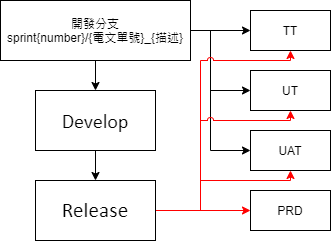
Earlier version of the draw.io export Git-Flow.png (YuHaoLiaoTony/MyImage). Source tidied: cells renumbered, new cells last; positions are measured from the earlier drawing's top-left corner, leaving out a move shared by most shapes. Its diagram source:
```xml
<mxGraphModel>
  <root>
    <mxCell id="0" />
    <mxCell id="1" parent="0" />
    <mxCell id="2" style="edgeStyle=orthogonalEdgeStyle;rounded=0;jettySize=auto;html=1;fontSize=20;" parent="1" edge="1" source="6" target="8">
      <mxGeometry relative="1" as="geometry" />
    </mxCell>
    <mxCell id="3" style="edgeStyle=orthogonalEdgeStyle;rounded=0;jettySize=auto;html=1;entryX=0;entryY=0.5;entryDx=0;entryDy=0;fontSize=20;jumpStyle=arc;" parent="1" edge="1" source="6" target="9">
      <mxGeometry relative="1" as="geometry" />
    </mxCell>
    <mxCell id="4" style="edgeStyle=orthogonalEdgeStyle;rounded=0;jettySize=auto;html=1;entryX=0;entryY=0.5;entryDx=0;entryDy=0;fontSize=20;jumpStyle=arc;" parent="1" edge="1" source="6" target="10">
      <mxGeometry relative="1" as="geometry">
        <Array as="points">
          <mxPoint x="210" y="30" />
          <mxPoint x="210" y="90" />
        </Array>
      </mxGeometry>
    </mxCell>
    <mxCell id="5" style="edgeStyle=orthogonalEdgeStyle;rounded=0;jettySize=auto;html=1;entryX=0;entryY=0.5;entryDx=0;entryDy=0;fontSize=20;jumpStyle=arc;" parent="1" edge="1" source="6" target="11">
      <mxGeometry relative="1" as="geometry">
        <Array as="points">
          <mxPoint x="210" y="30" />
          <mxPoint x="210" y="150" />
        </Array>
      </mxGeometry>
    </mxCell>
    <mxCell id="6" value="開發分支&lt;br&gt;sprint{number}/{電文單號}_{描述}" style="rounded=0;whiteSpace=wrap;html=1;" parent="1" vertex="1">
      <mxGeometry width="190" height="60" as="geometry" />
    </mxCell>
    <mxCell id="7" style="edgeStyle=orthogonalEdgeStyle;rounded=0;jettySize=auto;html=1;entryX=0.5;entryY=0;entryDx=0;entryDy=0;fontSize=20;" parent="1" edge="1" source="8" target="16">
      <mxGeometry relative="1" as="geometry" />
    </mxCell>
    <mxCell id="8" value="&lt;span style=&quot;font-size: 20px; font-family: calibri;&quot;&gt;Develop&lt;/span&gt;" style="rounded=0;whiteSpace=wrap;html=1;fontSize=20;" parent="1" vertex="1">
      <mxGeometry x="35" y="90" width="120" height="60" as="geometry" />
    </mxCell>
    <mxCell id="9" value="TT" style="rounded=0;whiteSpace=wrap;html=1;" parent="1" vertex="1">
      <mxGeometry x="250" y="10" width="80" height="40" as="geometry" />
    </mxCell>
    <mxCell id="10" value="UT" style="rounded=0;whiteSpace=wrap;html=1;" parent="1" vertex="1">
      <mxGeometry x="250" y="70" width="80" height="40" as="geometry" />
    </mxCell>
    <mxCell id="11" value="UAT" style="rounded=0;whiteSpace=wrap;html=1;" parent="1" vertex="1">
      <mxGeometry x="250" y="130" width="80" height="40" as="geometry" />
    </mxCell>
    <mxCell id="12" style="edgeStyle=orthogonalEdgeStyle;rounded=0;jumpStyle=arc;jettySize=auto;html=1;entryX=0;entryY=0.5;entryDx=0;entryDy=0;fontSize=20;strokeColor=#FF0000;" parent="1" edge="1" source="16" target="17">
      <mxGeometry relative="1" as="geometry" />
    </mxCell>
    <mxCell id="13" style="edgeStyle=orthogonalEdgeStyle;rounded=0;jumpStyle=arc;jettySize=auto;html=1;entryX=0.5;entryY=1;entryDx=0;entryDy=0;fontSize=20;strokeColor=#FF0000;exitX=1;exitY=0.5;exitDx=0;exitDy=0;" parent="1" edge="1" source="16" target="11">
      <mxGeometry relative="1" as="geometry">
        <Array as="points">
          <mxPoint x="200" y="210" />
          <mxPoint x="200" y="180" />
          <mxPoint x="290" y="180" />
        </Array>
      </mxGeometry>
    </mxCell>
    <mxCell id="14" style="edgeStyle=orthogonalEdgeStyle;rounded=0;jumpStyle=arc;jettySize=auto;html=1;entryX=0.5;entryY=1;entryDx=0;entryDy=0;fontSize=20;strokeColor=#FF0000;" parent="1" edge="1" source="16" target="10">
      <mxGeometry relative="1" as="geometry">
        <Array as="points">
          <mxPoint x="200" y="210" />
          <mxPoint x="200" y="120" />
          <mxPoint x="290" y="120" />
        </Array>
      </mxGeometry>
    </mxCell>
    <mxCell id="15" style="edgeStyle=orthogonalEdgeStyle;rounded=0;jumpStyle=arc;jettySize=auto;html=1;entryX=0.5;entryY=1;entryDx=0;entryDy=0;fontSize=20;strokeColor=#FF0000;" parent="1" edge="1" source="16" target="9">
      <mxGeometry relative="1" as="geometry">
        <Array as="points">
          <mxPoint x="200" y="210" />
          <mxPoint x="200" y="60" />
          <mxPoint x="290" y="60" />
        </Array>
      </mxGeometry>
    </mxCell>
    <mxCell id="16" value="&lt;span style=&quot;font-size: 16pt ; font-family: &amp;#34;calibri&amp;#34;&quot;&gt;Release&lt;/span&gt;" style="rounded=0;whiteSpace=wrap;html=1;fontSize=20;" parent="1" vertex="1">
      <mxGeometry x="35" y="180" width="120" height="60" as="geometry" />
    </mxCell>
    <mxCell id="17" value="PRD" style="rounded=0;whiteSpace=wrap;html=1;" parent="1" vertex="1">
      <mxGeometry x="250" y="190" width="80" height="40" as="geometry" />
    </mxCell>
  </root>
</mxGraphModel>
```
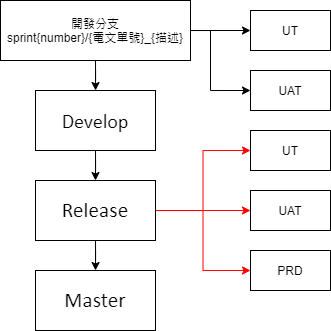
After the change.

What changed in the source:
```diff
@@ -5,22 +5,16 @@
     <mxCell id="2" style="edgeStyle=orthogonalEdgeStyle;rounded=0;jettySize=auto;html=1;fontSize=20;" parent="1" edge="1" source="6" target="8">
       <mxGeometry relative="1" as="geometry" />
     </mxCell>
-    <mxCell id="3" style="edgeStyle=orthogonalEdgeStyle;rounded=0;jettySize=auto;html=1;entryX=0;entryY=0.5;entryDx=0;entryDy=0;fontSize=20;jumpStyle=arc;" parent="1" edge="1" source="6" target="9">
-      <mxGeometry relative="1" as="geometry" />
+    <mxCell id="3" style="edgeStyle=orthogonalEdgeStyle;rounded=0;jettySize=auto;html=1;entryX=0;entryY=0.5;entryDx=0;entryDy=0;fontSize=20;jumpStyle=arc;" parent="1" edge="1" source="6">
+      <mxGeometry relative="1" as="geometry">
+        <mxPoint x="250" y="30" as="targetPoint" />
+      </mxGeometry>
     </mxCell>
-    <mxCell id="4" style="edgeStyle=orthogonalEdgeStyle;rounded=0;jettySize=auto;html=1;entryX=0;entryY=0.5;entryDx=0;entryDy=0;fontSize=20;jumpStyle=arc;" parent="1" edge="1" source="6" target="10">
-      <mxGeometry relative="1" as="geometry">
-        <Array as="points">
-          <mxPoint x="210" y="30" />
-          <mxPoint x="210" y="90" />
-        </Array>
-      </mxGeometry>
-    </mxCell>
     <mxCell id="5" style="edgeStyle=orthogonalEdgeStyle;rounded=0;jettySize=auto;html=1;entryX=0;entryY=0.5;entryDx=0;entryDy=0;fontSize=20;jumpStyle=arc;" parent="1" edge="1" source="6" target="11">
       <mxGeometry relative="1" as="geometry">
         <Array as="points">
           <mxPoint x="210" y="30" />
-          <mxPoint x="210" y="150" />
+          <mxPoint x="210" y="90" />
         </Array>
       </mxGeometry>
     </mxCell>
@@ -33,50 +27,38 @@
     <mxCell id="8" value="&lt;span style=&quot;font-size: 20px; font-family: calibri;&quot;&gt;Develop&lt;/span&gt;" style="rounded=0;whiteSpace=wrap;html=1;fontSize=20;" parent="1" vertex="1">
       <mxGeometry x="35" y="90" width="120" height="60" as="geometry" />
     </mxCell>
-    <mxCell id="9" value="TT" style="rounded=0;whiteSpace=wrap;html=1;" parent="1" vertex="1">
-      <mxGeometry x="250" y="10" width="80" height="40" as="geometry" />
-    </mxCell>
     <mxCell id="10" value="UT" style="rounded=0;whiteSpace=wrap;html=1;" parent="1" vertex="1">
-      <mxGeometry x="250" y="70" width="80" height="40" as="geometry" />
+      <mxGeometry x="250" y="10" width="80" height="40" as="geometry" />
     </mxCell>
     <mxCell id="11" value="UAT" style="rounded=0;whiteSpace=wrap;html=1;" parent="1" vertex="1">
-      <mxGeometry x="250" y="130" width="80" height="40" as="geometry" />
+      <mxGeometry x="250" y="70" width="80" height="40" as="geometry" />
     </mxCell>
     <mxCell id="12" style="edgeStyle=orthogonalEdgeStyle;rounded=0;jumpStyle=arc;jettySize=auto;html=1;entryX=0;entryY=0.5;entryDx=0;entryDy=0;fontSize=20;strokeColor=#FF0000;" parent="1" edge="1" source="16" target="17">
       <mxGeometry relative="1" as="geometry" />
     </mxCell>
-    <mxCell id="13" style="edgeStyle=orthogonalEdgeStyle;rounded=0;jumpStyle=arc;jettySize=auto;html=1;entryX=0.5;entryY=1;entryDx=0;entryDy=0;fontSize=20;strokeColor=#FF0000;exitX=1;exitY=0.5;exitDx=0;exitDy=0;" parent="1" edge="1" source="16" target="11">
-      <mxGeometry relative="1" as="geometry">
-        <Array as="points">
-          <mxPoint x="200" y="210" />
-          <mxPoint x="200" y="180" />
-          <mxPoint x="290" y="180" />
-        </Array>
-      </mxGeometry>
-    </mxCell>
-    <mxCell id="14" style="edgeStyle=orthogonalEdgeStyle;rounded=0;jumpStyle=arc;jettySize=auto;html=1;entryX=0.5;entryY=1;entryDx=0;entryDy=0;fontSize=20;strokeColor=#FF0000;" parent="1" edge="1" source="16" target="10">
-      <mxGeometry relative="1" as="geometry">
-        <Array as="points">
-          <mxPoint x="200" y="210" />
-          <mxPoint x="200" y="120" />
-          <mxPoint x="290" y="120" />
-        </Array>
-      </mxGeometry>
-    </mxCell>
-    <mxCell id="15" style="edgeStyle=orthogonalEdgeStyle;rounded=0;jumpStyle=arc;jettySize=auto;html=1;entryX=0.5;entryY=1;entryDx=0;entryDy=0;fontSize=20;strokeColor=#FF0000;" parent="1" edge="1" source="16" target="9">
-      <mxGeometry relative="1" as="geometry">
-        <Array as="points">
-          <mxPoint x="200" y="210" />
-          <mxPoint x="200" y="60" />
-          <mxPoint x="290" y="60" />
-        </Array>
-      </mxGeometry>
-    </mxCell>
+    <mxCell id="18" style="edgeStyle=orthogonalEdgeStyle;rounded=0;jettySize=auto;html=1;entryX=0;entryY=0.5;entryDx=0;entryDy=0;strokeColor=#FF0000;" parent="1" edge="1" source="16" target="22">
+      <mxGeometry relative="1" as="geometry" />
+    </mxCell>
+    <mxCell id="19" style="edgeStyle=orthogonalEdgeStyle;rounded=0;jettySize=auto;html=1;entryX=0;entryY=0.5;entryDx=0;entryDy=0;strokeColor=#FF0000;" parent="1" edge="1" source="16" target="21">
+      <mxGeometry relative="1" as="geometry" />
+    </mxCell>
+    <mxCell id="20" style="edgeStyle=orthogonalEdgeStyle;rounded=0;jettySize=auto;html=1;" parent="1" edge="1" source="16" target="23">
+      <mxGeometry relative="1" as="geometry" />
+    </mxCell>
     <mxCell id="16" value="&lt;span style=&quot;font-size: 16pt ; font-family: &amp;#34;calibri&amp;#34;&quot;&gt;Release&lt;/span&gt;" style="rounded=0;whiteSpace=wrap;html=1;fontSize=20;" parent="1" vertex="1">
       <mxGeometry x="35" y="180" width="120" height="60" as="geometry" />
     </mxCell>
     <mxCell id="17" value="PRD" style="rounded=0;whiteSpace=wrap;html=1;" parent="1" vertex="1">
-      <mxGeometry x="250" y="190" width="80" height="40" as="geometry" />
+      <mxGeometry x="250" y="250" width="80" height="40" as="geometry" />
     </mxCell>
+    <mxCell id="21" value="UT" style="rounded=0;whiteSpace=wrap;html=1;" parent="1" vertex="1">
+      <mxGeometry x="250" y="130" width="80" height="40" as="geometry" />
+    </mxCell>
+    <mxCell id="22" value="UAT" style="rounded=0;whiteSpace=wrap;html=1;" parent="1" vertex="1">
+      <mxGeometry x="250" y="190" width="80" height="40" as="geometry" />
+    </mxCell>
+    <mxCell id="23" value="&lt;font face=&quot;calibri&quot;&gt;&lt;span style=&quot;font-size: 21.3333px&quot;&gt;Master&lt;/span&gt;&lt;/font&gt;" style="rounded=0;whiteSpace=wrap;html=1;fontSize=20;" parent="1" vertex="1">
+      <mxGeometry x="35" y="270" width="120" height="60" as="geometry" />
+    </mxCell>
   </root>
 </mxGraphModel>
```
